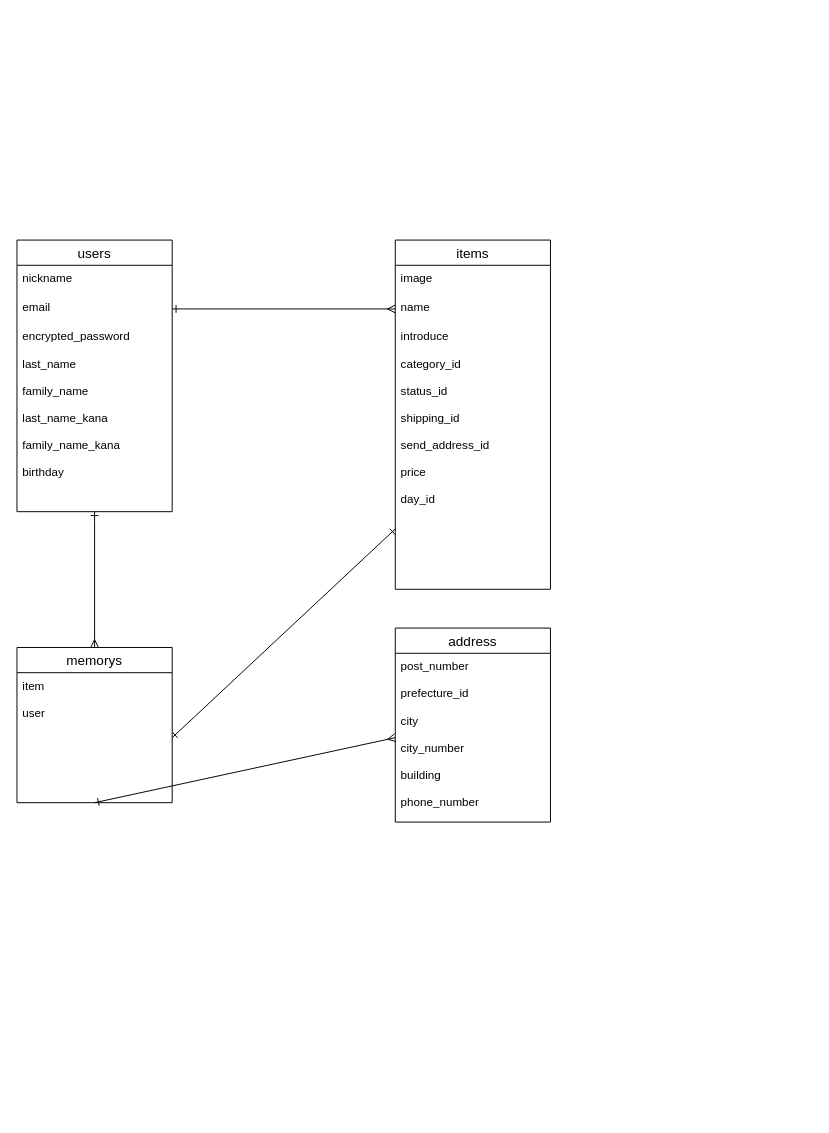
This is test.dio from ringping/furima-28119, a draw.io file, before an edit. Source tidied: cells renumbered, new cells numbered last; positions are measured from the earlier drawing's top-left corner, leaving out a move shared by most shapes. Both pictures are drawn from the tidied source at 97%, with x=0, y=0 at pixel (16, 240).
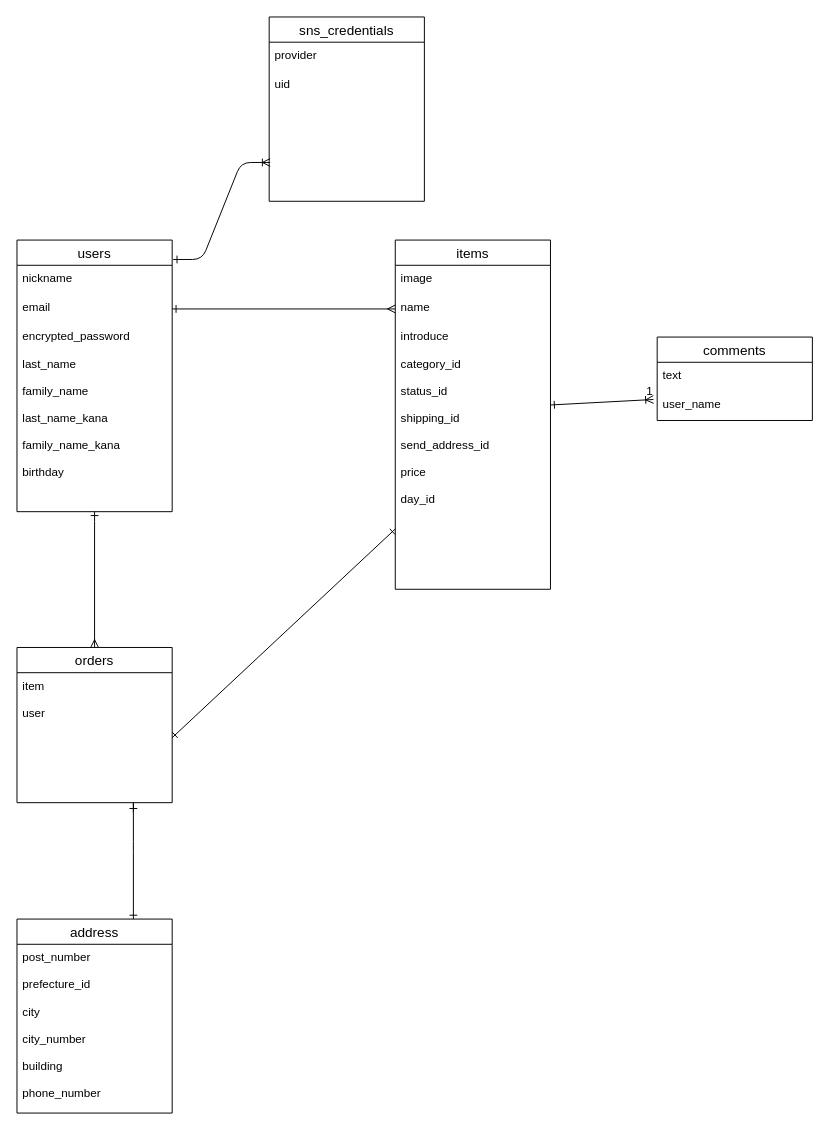
After the change.

Commit message (it also covers changes not shown here):
追加実装のREADMEの記述

Unchanged cells that the change refers to:
```xml
<mxCell id="17" value="post_number&#10;&#10;prefecture_id&#10;&#10;city&#10;&#10;city_number&#10;&#10;building&#10;&#10;phone_number&#10;&#10;&#10;&#10;" style="text;strokeColor=none;fillColor=none;spacingLeft=4;spacingRight=4;overflow=hidden;points=[[0,0.5],[1,0.5]];portConstraint=eastwest;fontSize=12;" parent="16" vertex="1">
  <mxGeometry y="26" width="160" height="174" as="geometry" />
</mxCell>
```

Change to the diagram source:
```diff
@@
-    <mxCell id="13" value="memorys" style="swimlane;fontStyle=0;horizontal=1;startSize=26;align=center;fontSize=14;" parent="1" vertex="1">
+    <mxCell id="13" value="orders" style="swimlane;fontStyle=0;horizontal=1;startSize=26;align=center;fontSize=14;" parent="1" vertex="1">
       <mxGeometry y="420" width="160" height="160" as="geometry" />
     </mxCell>
@@
-    <mxCell id="15" style="edgeStyle=none;rounded=0;jettySize=auto;html=1;exitX=0;exitY=0.5;exitDx=0;exitDy=0;entryX=0.5;entryY=1;entryDx=0;entryDy=0;startArrow=ERmany;startFill=0;endArrow=ERone;endFill=0;" parent="1" edge="1" source="17" target="13">
-      <mxGeometry relative="1" as="geometry" />
-    </mxCell>
     <mxCell id="16" value="address" style="swimlane;fontStyle=0;horizontal=1;startSize=26;align=center;fontSize=14;" parent="1" vertex="1">
-      <mxGeometry x="390" y="400" width="160" height="200" as="geometry" />
+      <mxGeometry y="700" width="160" height="200" as="geometry" />
     </mxCell>
@@
+    <mxCell id="18" value="sns_credentials" style="swimlane;fontStyle=0;horizontal=1;startSize=26;align=center;fontSize=14;" parent="1" vertex="1">
+      <mxGeometry x="260" y="-230" width="160" height="190" as="geometry" />
+    </mxCell>
+    <mxCell id="19" value="provider&#10;" style="text;strokeColor=none;fillColor=none;spacingLeft=4;spacingRight=4;overflow=hidden;fontSize=12;" parent="18" vertex="1">
+      <mxGeometry y="26" width="160" height="30" as="geometry" />
+    </mxCell>
+    <mxCell id="20" value="uid&#10;&#10;" style="text;strokeColor=none;fillColor=none;spacingLeft=4;spacingRight=4;overflow=hidden;fontSize=12;" parent="18" vertex="1">
+      <mxGeometry y="56" width="160" height="134" as="geometry" />
+    </mxCell>
+    <mxCell id="21" style="edgeStyle=entityRelationEdgeStyle;fontSize=12;html=1;endArrow=ERoneToMany;startArrow=ERone;startFill=0;" parent="1" edge="1">
+      <mxGeometry relative="1" as="geometry">
+        <mxPoint x="161" y="20" as="sourcePoint" />
+        <mxPoint x="261" y="-80" as="targetPoint" />
+      </mxGeometry>
+    </mxCell>
+    <mxCell id="22" value="comments" style="swimlane;fontStyle=0;horizontal=1;startSize=26;align=center;fontSize=14;" parent="1" vertex="1">
+      <mxGeometry x="660" y="100" width="160" height="86" as="geometry" />
+    </mxCell>
+    <mxCell id="23" value="text" style="text;strokeColor=none;fillColor=none;spacingLeft=4;spacingRight=4;overflow=hidden;fontSize=12;" parent="22" vertex="1">
+      <mxGeometry y="26" width="160" height="30" as="geometry" />
+    </mxCell>
+    <mxCell id="24" value="user_name" style="text;strokeColor=none;fillColor=none;spacingLeft=4;spacingRight=4;overflow=hidden;points=[[0,0.5],[1,0.5]];portConstraint=eastwest;fontSize=12;" parent="22" vertex="1">
+      <mxGeometry y="56" width="160" height="30" as="geometry" />
+    </mxCell>
+    <mxCell id="25" style="endArrow=ERoneToMany;html=1;rounded=0;entryX=-0.024;entryY=0.278;entryDx=0;entryDy=0;entryPerimeter=0;endFill=0;startArrow=ERone;startFill=0;" parent="1" edge="1" target="24">
+      <mxGeometry relative="1" as="geometry">
+        <mxPoint x="550" y="170" as="sourcePoint" />
+      </mxGeometry>
+    </mxCell>
+    <mxCell id="26" value="1" style="html=1;align=right;verticalAlign=bottom;" parent="25" vertex="1">
+      <mxGeometry x="1" relative="1" as="geometry" />
+    </mxCell>
+    <mxCell id="27" style="endArrow=ERone;html=1;rounded=0;exitX=0.75;exitY=0;exitDx=0;exitDy=0;startArrow=ERone;startFill=0;endFill=0;" parent="1" edge="1" source="16">
+      <mxGeometry relative="1" as="geometry">
+        <mxPoint x="120" y="590" as="targetPoint" />
+        <Array as="points">
+          <mxPoint x="120" y="630" />
+          <mxPoint x="120" y="620" />
+          <mxPoint x="120" y="580" />
+        </Array>
+      </mxGeometry>
+    </mxCell>
```
